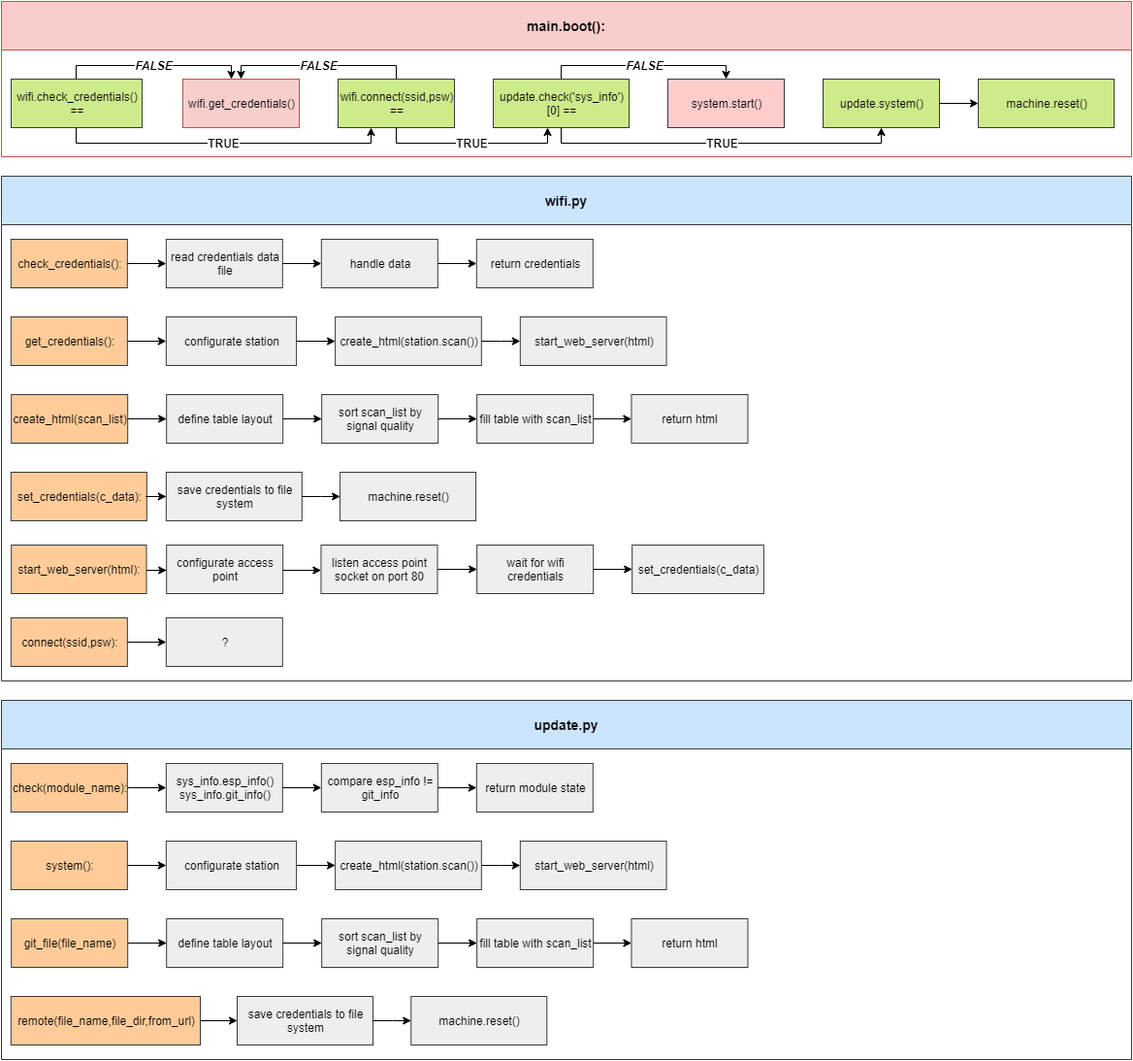
The draw.io diagram img/esp_structure.png in marsex/esp_structure, before a commit. Source tidied: cells renumbered, new cells last; positions are measured from the earlier drawing's top-left corner, leaving out a move shared by most shapes.
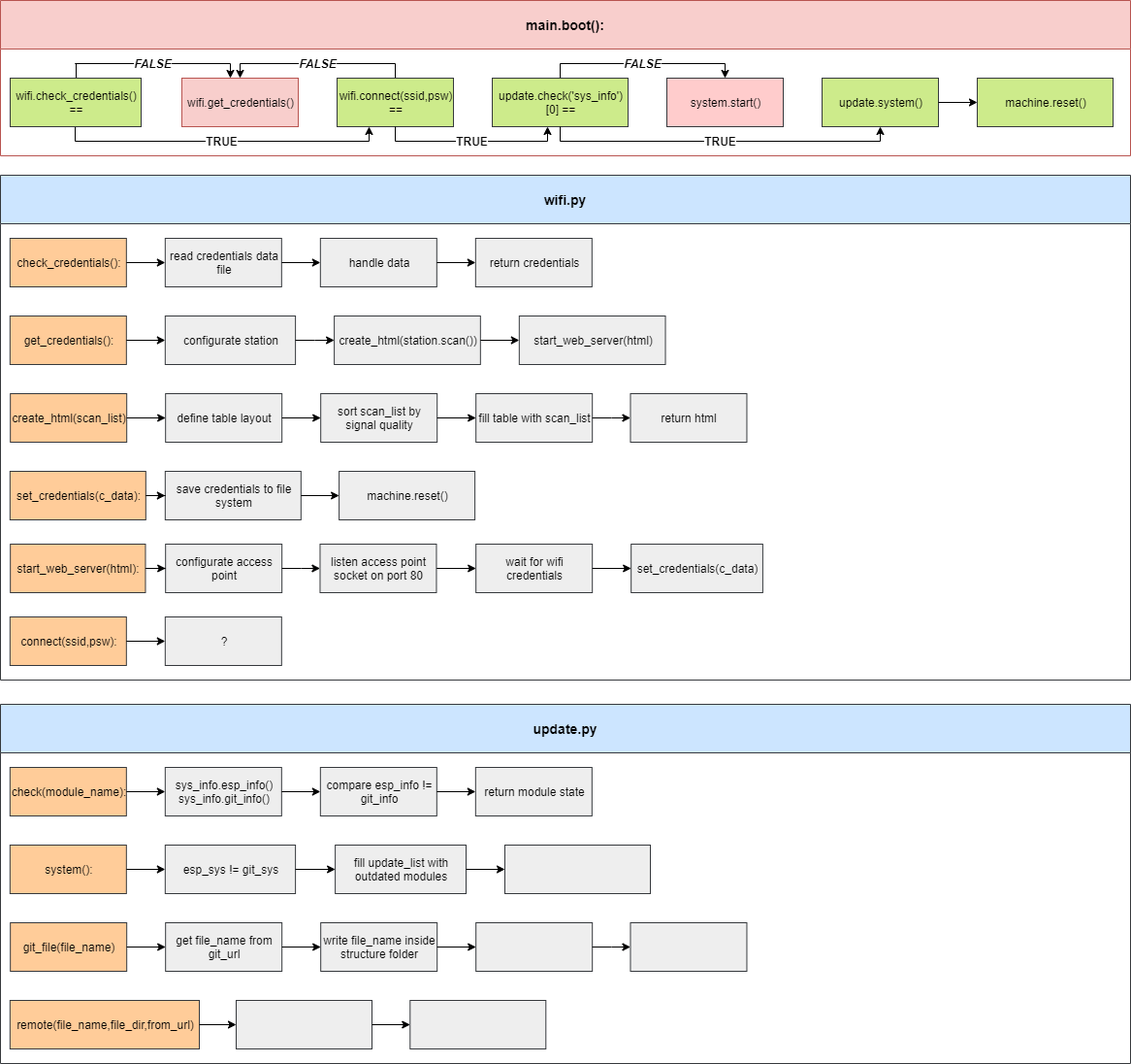
The same file after the commit.

The edit, as a diff of the source:
```diff
@@ -77,8 +77,8 @@
     <mxCell id="16" value="wifi.check_credentials() ==" style="rounded=0;whiteSpace=wrap;html=1;fillColor=#cdeb8b;strokeColor=#36393d;" parent="2" vertex="1">
       <mxGeometry x="10" y="80" width="135" height="50" as="geometry" />
     </mxCell>
-    <mxCell id="17" value="update.py" style="swimlane;strokeColor=#36393d;fillColor=#cce5ff;fontSize=14;startSize=50;flipH=1;swimlaneFillColor=#ffffff;" parent="1" vertex="1">
-      <mxGeometry y="720" width="1165" height="370" as="geometry" />
+    <mxCell id="17" value="update.py" style="swimlane;strokeColor=#36393d;fillColor=#cce5ff;fontSize=14;startSize=50;flipH=1;swimlaneFillColor=none;" parent="1" vertex="1">
+      <mxGeometry y="725" width="1165" height="370" as="geometry" />
     </mxCell>
     <mxCell id="18" value="check(module_name):" style="rounded=0;whiteSpace=wrap;html=1;fillColor=#ffcc99;strokeColor=#36393d;" parent="17" vertex="1">
       <mxGeometry x="9.8" y="65" width="120" height="50" as="geometry" />
@@ -104,13 +104,13 @@
     <mxCell id="25" value="system():" style="rounded=0;whiteSpace=wrap;html=1;fillColor=#ffcc99;strokeColor=#36393d;" parent="17" vertex="1">
       <mxGeometry x="9.8" y="145" width="120" height="50" as="geometry" />
     </mxCell>
-    <mxCell id="26" value="configurate station" style="rounded=0;whiteSpace=wrap;html=1;fillColor=#eeeeee;strokeColor=#36393d;" parent="17" vertex="1">
+    <mxCell id="26" value="&lt;span style=&quot;white-space: normal&quot;&gt;esp_sys != git_sys&lt;/span&gt;" style="rounded=0;whiteSpace=wrap;html=1;fillColor=#eeeeee;strokeColor=#36393d;" parent="17" vertex="1">
       <mxGeometry x="169.8" y="145" width="134.3" height="50" as="geometry" />
     </mxCell>
     <mxCell id="27" style="edgeStyle=orthogonalEdgeStyle;rounded=0;jettySize=auto;html=1;fontColor=#000000;" parent="17" edge="1" source="25" target="26">
       <mxGeometry relative="1" as="geometry" />
     </mxCell>
-    <mxCell id="28" style="edgeStyle=orthogonalEdgeStyle;rounded=0;jettySize=auto;html=1;fontSize=12;fontColor=#000000;" parent="17" edge="1" source="x">
+    <mxCell id="28" style="edgeStyle=orthogonalEdgeStyle;rounded=0;orthogonalLoop=1;jettySize=auto;html=1;fontSize=12;fontColor=#000000;" parent="17" edge="1">
       <mxGeometry relative="1" as="geometry">
         <mxPoint x="169.8" y="480" as="targetPoint" />
       </mxGeometry>
@@ -118,25 +118,25 @@
     <mxCell id="29" value="git_file(file_name)" style="rounded=0;whiteSpace=wrap;html=1;fillColor=#ffcc99;strokeColor=#36393d;" parent="17" vertex="1">
       <mxGeometry x="10.2" y="225" width="120" height="50" as="geometry" />
     </mxCell>
-    <mxCell id="30" value="define table layout" style="rounded=0;whiteSpace=wrap;html=1;fillColor=#eeeeee;strokeColor=#36393d;" parent="17" vertex="1">
+    <mxCell id="30" value="get file_name from git_url" style="rounded=0;whiteSpace=wrap;html=1;fillColor=#eeeeee;strokeColor=#36393d;" parent="17" vertex="1">
       <mxGeometry x="170.2" y="225" width="120" height="50" as="geometry" />
     </mxCell>
     <mxCell id="31" style="edgeStyle=orthogonalEdgeStyle;rounded=0;jettySize=auto;html=1;fontSize=12;fontColor=#000000;" parent="17" edge="1" source="29" target="30">
       <mxGeometry relative="1" as="geometry" />
     </mxCell>
-    <mxCell id="32" value="sort scan_list by signal quality" style="rounded=0;whiteSpace=wrap;html=1;fillColor=#eeeeee;strokeColor=#36393d;" parent="17" vertex="1">
+    <mxCell id="32" value="write file_name inside structure folder" style="rounded=0;whiteSpace=wrap;html=1;fillColor=#eeeeee;strokeColor=#36393d;" parent="17" vertex="1">
       <mxGeometry x="330.2" y="225" width="120" height="50" as="geometry" />
     </mxCell>
     <mxCell id="33" style="edgeStyle=orthogonalEdgeStyle;rounded=0;jettySize=auto;html=1;fontSize=12;fontColor=#000000;" parent="17" edge="1" source="30" target="32">
       <mxGeometry relative="1" as="geometry" />
     </mxCell>
-    <mxCell id="34" value="fill table with scan_list" style="rounded=0;whiteSpace=wrap;html=1;fillColor=#eeeeee;strokeColor=#36393d;" parent="17" vertex="1">
+    <mxCell id="34" style="rounded=0;whiteSpace=wrap;html=1;fillColor=#eeeeee;strokeColor=#36393d;" parent="17" vertex="1">
       <mxGeometry x="490.2" y="225" width="120" height="50" as="geometry" />
     </mxCell>
     <mxCell id="35" style="edgeStyle=orthogonalEdgeStyle;rounded=0;jettySize=auto;html=1;fontSize=12;fontColor=#000000;" parent="17" edge="1" source="32" target="34">
       <mxGeometry relative="1" as="geometry" />
     </mxCell>
-    <mxCell id="36" value="return html" style="rounded=0;whiteSpace=wrap;html=1;fillColor=#eeeeee;strokeColor=#36393d;" parent="17" vertex="1">
+    <mxCell id="36" style="rounded=0;whiteSpace=wrap;html=1;fillColor=#eeeeee;strokeColor=#36393d;" parent="17" vertex="1">
       <mxGeometry x="649.5" y="225" width="120" height="50" as="geometry" />
     </mxCell>
     <mxCell id="37" style="edgeStyle=orthogonalEdgeStyle;rounded=0;jettySize=auto;html=1;fontSize=12;fontColor=#000000;" parent="17" edge="1" source="34" target="36">
@@ -145,28 +145,28 @@
     <mxCell id="38" value="remote(file_name,file_dir,from_url)" style="rounded=0;whiteSpace=wrap;html=1;fillColor=#ffcc99;strokeColor=#36393d;" parent="17" vertex="1">
       <mxGeometry x="9.8" y="305" width="195.2" height="50" as="geometry" />
     </mxCell>
-    <mxCell id="39" value="save credentials to file system" style="rounded=0;whiteSpace=wrap;html=1;fillColor=#eeeeee;strokeColor=#36393d;" parent="17" vertex="1">
+    <mxCell id="39" style="rounded=0;whiteSpace=wrap;html=1;fillColor=#eeeeee;strokeColor=#36393d;" parent="17" vertex="1">
       <mxGeometry x="243" y="305" width="140" height="50" as="geometry" />
     </mxCell>
     <mxCell id="40" style="edgeStyle=orthogonalEdgeStyle;rounded=0;jettySize=auto;html=1;fontSize=12;fontColor=#000000;" parent="17" edge="1" source="38" target="39">
       <mxGeometry relative="1" as="geometry" />
     </mxCell>
-    <mxCell id="41" value="machine.reset()" style="rounded=0;whiteSpace=wrap;html=1;fillColor=#eeeeee;strokeColor=#36393d;" parent="17" vertex="1">
+    <mxCell id="41" style="rounded=0;whiteSpace=wrap;html=1;fillColor=#eeeeee;strokeColor=#36393d;" parent="17" vertex="1">
       <mxGeometry x="422.3" y="305" width="140" height="50" as="geometry" />
     </mxCell>
     <mxCell id="42" style="edgeStyle=orthogonalEdgeStyle;rounded=0;jettySize=auto;html=1;fontSize=12;fontColor=#000000;" parent="17" edge="1" source="39" target="41">
       <mxGeometry relative="1" as="geometry" />
     </mxCell>
-    <mxCell id="43" style="edgeStyle=orthogonalEdgeStyle;rounded=0;jettySize=auto;html=1;fontSize=12;fontColor=#000000;" parent="17" edge="1" target="x">
+    <mxCell id="43" style="edgeStyle=orthogonalEdgeStyle;rounded=0;orthogonalLoop=1;jettySize=auto;html=1;fontSize=12;fontColor=#000000;" parent="17" edge="1">
       <mxGeometry relative="1" as="geometry">
         <mxPoint x="929.5" y="405" as="sourcePoint" />
       </mxGeometry>
     </mxCell>
-    <mxCell id="44" value="create_html(station.scan())" style="rounded=0;whiteSpace=wrap;html=1;fillColor=#eeeeee;strokeColor=#36393d;" parent="17" vertex="1">
-      <mxGeometry x="344.1" y="145" width="150.7" height="50" as="geometry" />
+    <mxCell id="44" value="&lt;span style=&quot;white-space: normal&quot;&gt;fill update_list with outdated modules&lt;/span&gt;" style="rounded=0;whiteSpace=wrap;html=1;fillColor=#eeeeee;strokeColor=#36393d;" parent="17" vertex="1">
+      <mxGeometry x="345.1" y="145" width="134.9" height="50" as="geometry" />
     </mxCell>
-    <mxCell id="45" value="start_web_server(html)" style="rounded=0;whiteSpace=wrap;html=1;fillColor=#eeeeee;strokeColor=#36393d;" parent="17" vertex="1">
-      <mxGeometry x="534.8" y="145" width="150.7" height="50" as="geometry" />
+    <mxCell id="45" style="rounded=0;whiteSpace=wrap;html=1;fillColor=#eeeeee;strokeColor=#36393d;" parent="17" vertex="1">
+      <mxGeometry x="520" y="145" width="150" height="50" as="geometry" />
     </mxCell>
     <mxCell id="46" style="edgeStyle=orthogonalEdgeStyle;rounded=0;jettySize=auto;html=1;fontSize=12;fontColor=#000000;" parent="17" edge="1" source="44" target="45">
       <mxGeometry relative="1" as="geometry" />
@@ -174,22 +174,22 @@
     <mxCell id="47" style="edgeStyle=orthogonalEdgeStyle;rounded=0;jettySize=auto;html=1;exitX=1;exitY=0.5;exitDx=0;exitDy=0;entryX=0;entryY=0.5;entryDx=0;entryDy=0;fontSize=12;fontColor=#000000;" parent="17" edge="1" source="26" target="44">
       <mxGeometry relative="1" as="geometry" />
     </mxCell>
-    <mxCell id="48" style="edgeStyle=orthogonalEdgeStyle;rounded=0;jettySize=auto;html=1;fontSize=12;fontColor=#000000;" parent="17" edge="1" target="x">
+    <mxCell id="48" style="edgeStyle=orthogonalEdgeStyle;rounded=0;orthogonalLoop=1;jettySize=auto;html=1;fontSize=12;fontColor=#000000;" parent="17" edge="1">
       <mxGeometry relative="1" as="geometry">
         <mxPoint x="290.2" y="405" as="sourcePoint" />
       </mxGeometry>
     </mxCell>
-    <mxCell id="49" style="edgeStyle=orthogonalEdgeStyle;rounded=0;jettySize=auto;html=1;fontSize=12;fontColor=#000000;" parent="17" edge="1" target="x">
+    <mxCell id="49" style="edgeStyle=orthogonalEdgeStyle;rounded=0;orthogonalLoop=1;jettySize=auto;html=1;fontSize=12;fontColor=#000000;" parent="17" edge="1">
       <mxGeometry relative="1" as="geometry">
         <mxPoint x="780" y="405" as="sourcePoint" />
       </mxGeometry>
     </mxCell>
-    <mxCell id="50" style="edgeStyle=orthogonalEdgeStyle;rounded=0;jettySize=auto;html=1;fontSize=12;fontColor=#000000;" parent="17" edge="1" target="x">
+    <mxCell id="50" style="edgeStyle=orthogonalEdgeStyle;rounded=0;orthogonalLoop=1;jettySize=auto;html=1;fontSize=12;fontColor=#000000;" parent="17" edge="1">
       <mxGeometry relative="1" as="geometry">
         <mxPoint x="609.5" y="405" as="sourcePoint" />
       </mxGeometry>
     </mxCell>
-    <mxCell id="51" style="edgeStyle=orthogonalEdgeStyle;rounded=0;jettySize=auto;html=1;fontSize=12;fontColor=#000000;" parent="17" edge="1" target="x">
+    <mxCell id="51" style="edgeStyle=orthogonalEdgeStyle;rounded=0;orthogonalLoop=1;jettySize=auto;html=1;fontSize=12;fontColor=#000000;" parent="17" edge="1">
       <mxGeometry relative="1" as="geometry">
         <mxPoint x="149.5" y="405" as="sourcePoint" />
       </mxGeometry>
```
